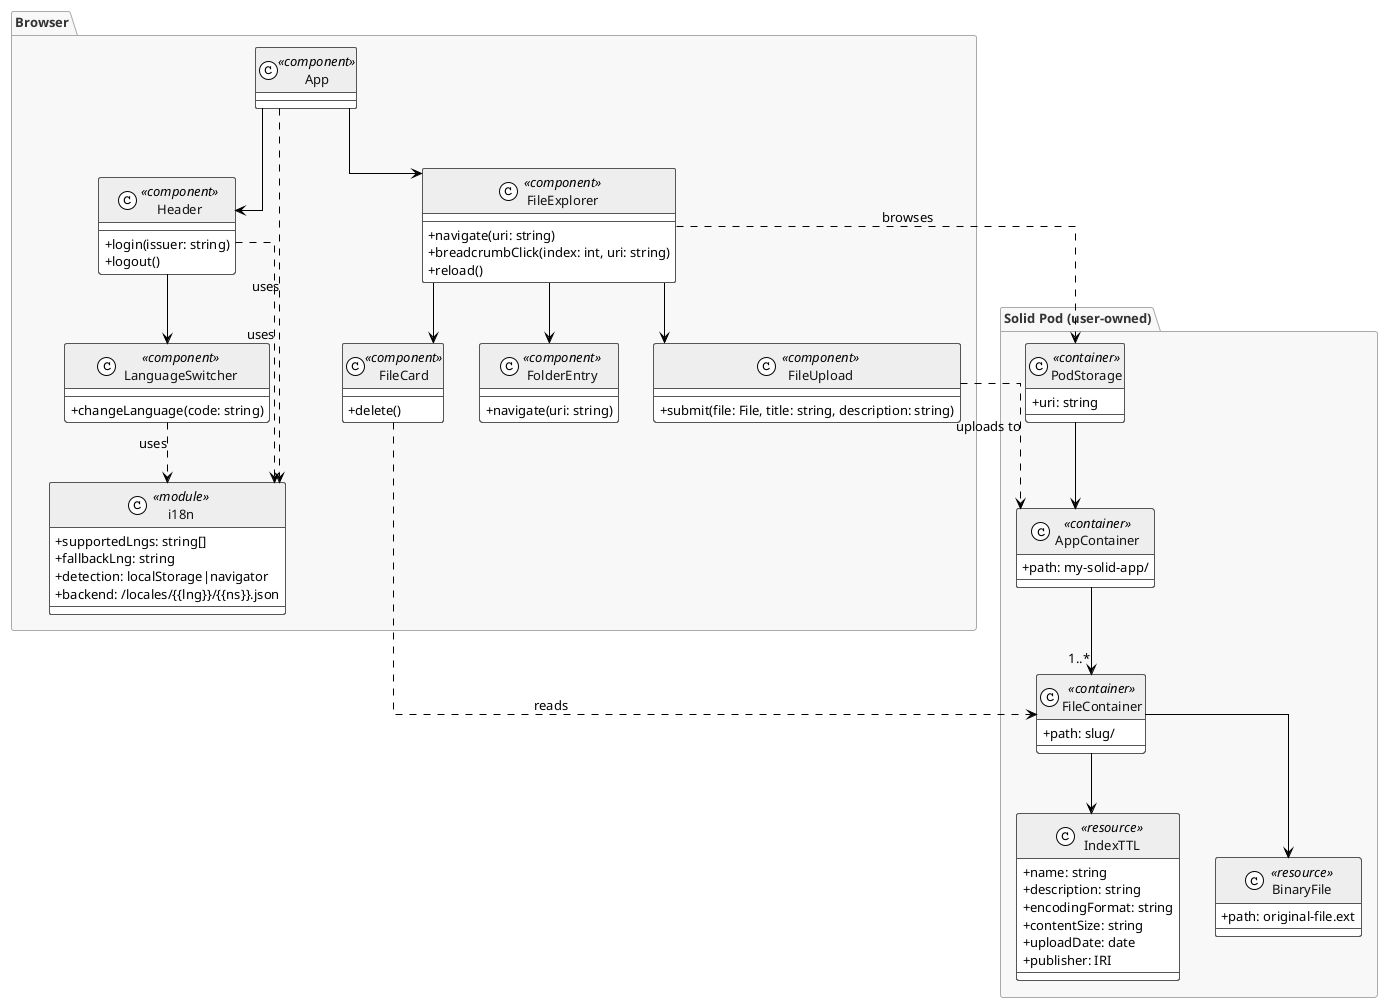
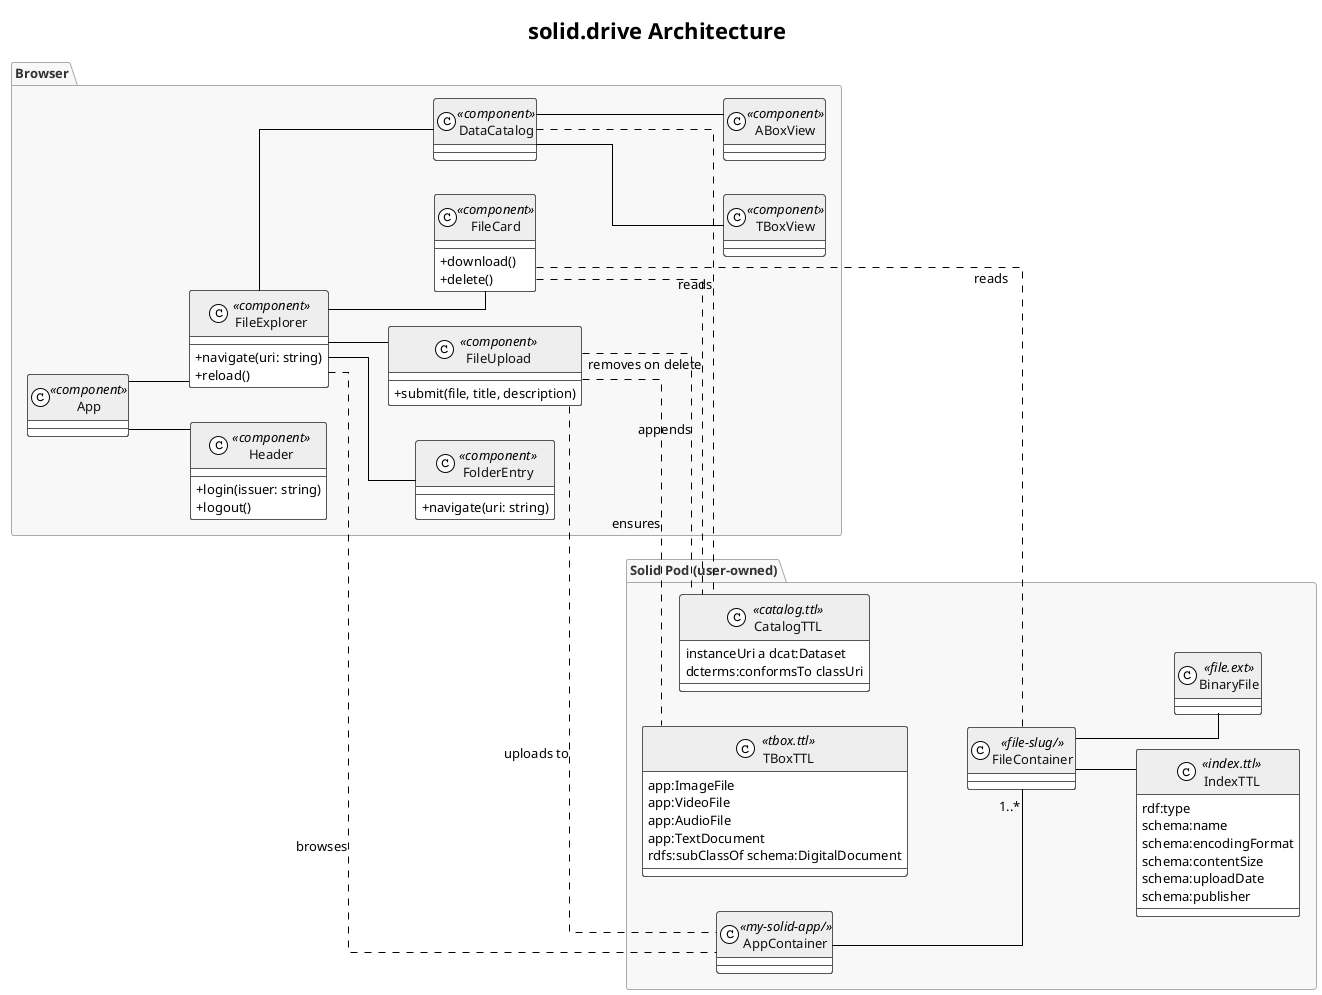
- @startuml solid.drive Architecture
+ @startuml architecture
+ title solid.drive Architecture
+ 
!theme plain
skinparam defaultFontName sans-serif
skinparam defaultFontSize 13
+ skinparam classAttributeIconSize 0
+ skinparam backgroundColor White
skinparam linetype ortho
- skinparam classAttributeIconSize 0

skinparam class {
  BackgroundColor White
  BorderColor #555555
  FontColor #111111
  HeaderBackgroundColor #EEEEEE
}

skinparam package {
  BackgroundColor #F8F8F8
  BorderColor #AAAAAA
  FontColor #333333
  FontStyle Bold
}

- skinparam note {
-   BackgroundColor #FFFFF0
-   BorderColor #AAAAAA
- }
+ left to right direction

package "Browser" {

-   class App <<component>> {
-   }
+   class App <<component>>

  class Header <<component>> {
    +login(issuer: string)
    +logout()
  }

-   class LanguageSwitcher <<component>> {
-     +changeLanguage(code: string)
-   }
- 
  class FileExplorer <<component>> {
    +navigate(uri: string)
-     +breadcrumbClick(index: int, uri: string)
    +reload()
  }

  class FileUpload <<component>> {
-     +submit(file: File, title: string, description: string)
+     +submit(file, title, description)
  }

  class FileCard <<component>> {
+     +download()
    +delete()
  }

  class FolderEntry <<component>> {
    +navigate(uri: string)
  }

-   class i18n <<module>> {
-     +supportedLngs: string[]
-     +fallbackLng: string
-     +detection: localStorage|navigator
-     +backend: /locales/{{lng}}/{{ns}}.json
-   }
+   class DataCatalog <<component>>
+   class TBoxView <<component>>
+   class ABoxView <<component>>

-   App --> Header
-   App --> FileExplorer
-   Header --> LanguageSwitcher
-   FileExplorer --> FileUpload
-   FileExplorer --> FileCard
-   FileExplorer --> FolderEntry
-   App ..> i18n : uses
-   Header ..> i18n : uses
-   LanguageSwitcher ..> i18n : uses
+   App -- Header
+   App -- FileExplorer
+   FileExplorer -- FileUpload
+   FileExplorer -- FileCard
+   FileExplorer -- FolderEntry
+   FileExplorer -- DataCatalog
+   DataCatalog -- TBoxView
+   DataCatalog -- ABoxView
}

package "Solid Pod (user-owned)" {

-   class PodStorage <<container>> {
-     +uri: string
+   class TBoxTTL <<tbox.ttl>> {
+     app:ImageFile
+     app:VideoFile
+     app:AudioFile
+     app:TextDocument
+     rdfs:subClassOf schema:DigitalDocument
  }

-   class AppContainer <<container>> {
-     +path: my-solid-app/
+   class CatalogTTL <<catalog.ttl>> {
+     instanceUri a dcat:Dataset
+     dcterms:conformsTo classUri
  }

-   class FileContainer <<container>> {
-     +path: slug/
+   class AppContainer <<my-solid-app/>>
+ 
+   class FileContainer <<file-slug/>>
+ 
+   class IndexTTL <<index.ttl>> {
+     rdf:type
+     schema:name
+     schema:encodingFormat
+     schema:contentSize
+     schema:uploadDate
+     schema:publisher
  }

-   class IndexTTL <<resource>> {
-     +name: string
-     +description: string
-     +encodingFormat: string
-     +contentSize: string
-     +uploadDate: date
-     +publisher: IRI
-   }
+   class BinaryFile <<file.ext>>

-   class BinaryFile <<resource>> {
-     +path: original-file.ext
-   }
- 
-   PodStorage --> AppContainer
-   AppContainer --> "1..*" FileContainer
-   FileContainer --> IndexTTL
-   FileContainer --> BinaryFile
+   AppContainer -- "1..*" FileContainer
+   FileContainer -- IndexTTL
+   FileContainer -- BinaryFile
}

- FileExplorer ..> PodStorage : browses
- FileUpload ..> AppContainer : uploads to
- FileCard ..> FileContainer : reads
+ FileUpload .. TBoxTTL    : ensures
+ FileUpload .. CatalogTTL : appends
+ FileUpload .. AppContainer : uploads to
+ FileCard .. FileContainer  : reads
+ FileCard .. CatalogTTL    : removes on delete
+ DataCatalog .. CatalogTTL : reads
+ FileExplorer .. AppContainer : browses

@enduml
